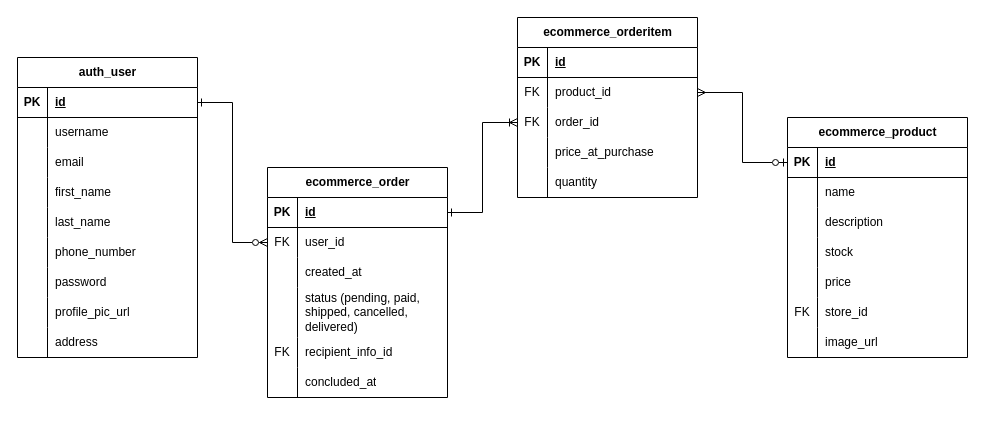
Before: page "Order a product" (3 of 3) of E-Commerce API ERD.drawio in RHILIUS/drawio, a draw.io diagram. Source tidied: cells renumbered, new cells numbered last; positions are measured from the earlier drawing's top-left corner, leaving out a move shared by most shapes. Both pictures are drawn from the tidied source at 100%, with x=0, y=0 at pixel (17, 17).
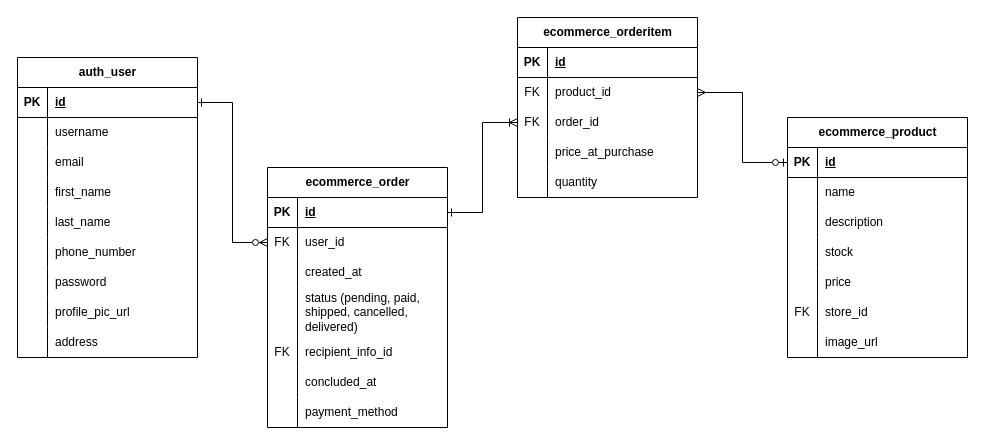
The same diagram, later.

Commit message (it also covers changes not shown here):
feat: add payment_method entity on ecommerce_order table

The edit, as a diff of the source:
```diff
@@
     <mxCell id="30" value="ecommerce_order" style="shape=table;startSize=30;childLayout=tableLayout;rowLines=0;fontStyle=1;align=center;html=1;" parent="1" vertex="1">
-      <mxGeometry x="250" y="150" width="180" height="230" as="geometry" />
+      <mxGeometry x="250" y="150" width="180" height="260" as="geometry" />
     </mxCell>
@@
+    <mxCell id="90" style="shape=tableRow;horizontal=0;startSize=0;swimlaneHead=0;swimlaneBody=0;fillColor=none;top=0;left=0;right=0;bottom=0;" parent="30" vertex="1">
+      <mxGeometry y="230" width="180" height="30" as="geometry" />
+    </mxCell>
+    <mxCell id="91" value="&lt;div&gt;&lt;br&gt;&lt;/div&gt;" style="shape=partialRectangle;fillColor=none;top=0;left=0;bottom=0;right=0;overflow=hidden;whiteSpace=wrap;html=1;" parent="90" vertex="1">
+      <mxGeometry width="30" height="30" as="geometry" />
+    </mxCell>
+    <mxCell id="92" value="payment_method" style="shape=partialRectangle;fillColor=none;top=0;left=0;bottom=0;right=0;align=left;spacingLeft=6;overflow=hidden;whiteSpace=wrap;html=1;" parent="90" vertex="1">
+      <mxGeometry x="30" width="150" height="30" as="geometry" />
+    </mxCell>
```
